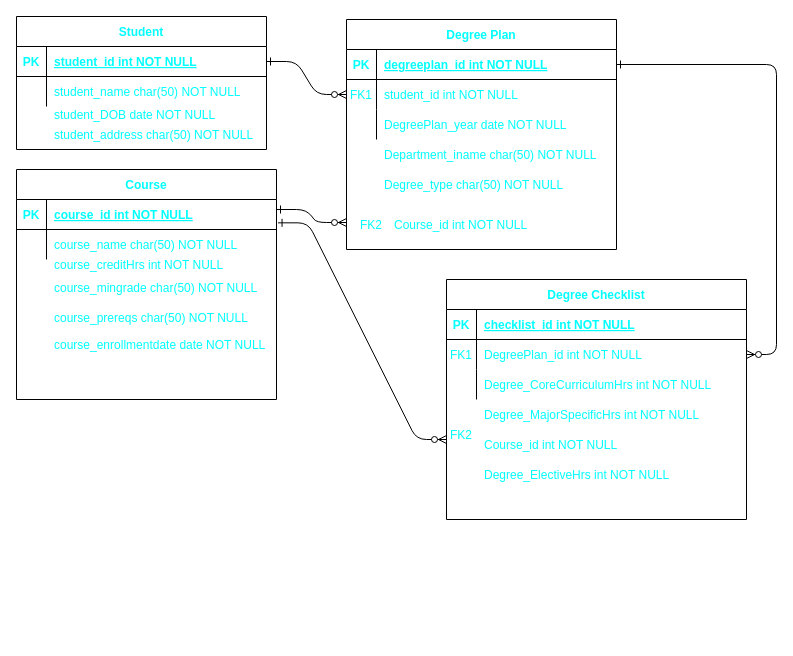
This is Assignments/Assignment 2 Modeling.drawio from m3gan-m/CIDM-6325, a draw.io file, before an edit. Source tidied: cells renumbered, new cells numbered last; positions are measured from the earlier drawing's top-left corner, leaving out a move shared by most shapes. Both pictures are drawn from the tidied source at 100%, with x=0, y=0 at pixel (16, 16).
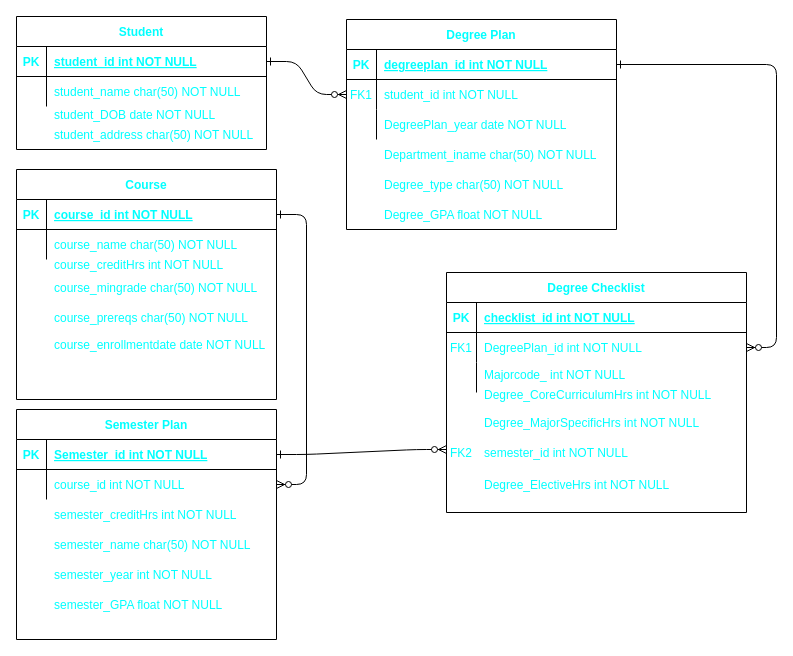
After the change.

Unchanged cells that the change refers to:
```xml
<mxCell id="34" style="shape=partialRectangle;fillColor=none;points=[[0,0.5],[1,0.5]];portConstraint=eastwest;top=0;left=0;right=0;bottom=1;labelBackgroundColor=default;labelBorderColor=none;fontColor=#00FFFF;" parent="33" vertex="1">
  <mxGeometry y="30" width="260" height="30" as="geometry" />
</mxCell>
```

What changed in the source:
```diff
@@
     <mxCell id="4" value="Degree Plan" style="shape=table;startSize=30;childLayout=tableLayout;rowLines=0;fontStyle=1;align=center;fontColor=#00FFFF;" parent="1" vertex="1">
-      <mxGeometry x="330" y="3" width="270" height="230" as="geometry" />
+      <mxGeometry x="330" y="3" width="270" height="210" as="geometry" />
     </mxCell>
@@
     <mxCell id="14" value="Degree Checklist" style="shape=table;startSize=30;childLayout=tableLayout;rowLines=0;fontStyle=1;align=center;fontColor=#00FFFF;" parent="1" vertex="1">
-      <mxGeometry x="430" y="263" width="300" height="240" as="geometry" />
+      <mxGeometry x="430" y="256" width="300" height="240" as="geometry" />
     </mxCell>
@@
     <mxCell id="43" value="Degree_CoreCurriculumHrs int NOT NULL" style="shape=partialRectangle;overflow=hidden;fillColor=none;top=0;left=0;bottom=0;right=0;align=left;spacingLeft=6;fontColor=#00FFFF;" parent="1" vertex="1">
-      <mxGeometry x="460" y="353" width="270" height="30" as="geometry" />
+      <mxGeometry x="460" y="363" width="270" height="30" as="geometry" />
     </mxCell>
     <mxCell id="44" value="Degree_MajorSpecificHrs int NOT NULL" style="shape=partialRectangle;overflow=hidden;fillColor=none;top=0;left=0;bottom=0;right=0;align=left;spacingLeft=6;fontColor=#00FFFF;" parent="1" vertex="1">
-      <mxGeometry x="460" y="383" width="270" height="30" as="geometry" />
+      <mxGeometry x="460" y="391" width="270" height="30" as="geometry" />
     </mxCell>
@@
-    <mxCell id="48" value="Course_id int NOT NULL" style="shape=partialRectangle;overflow=hidden;fillColor=none;top=0;left=0;bottom=0;right=0;align=left;spacingLeft=6;fontColor=#00FFFF;" parent="1" vertex="1">
-      <mxGeometry x="370" y="193" width="270" height="30" as="geometry" />
-    </mxCell>
-    <mxCell id="49" style="edgeStyle=entityRelationEdgeStyle;endArrow=ERzeroToMany;startArrow=ERone;endFill=1;startFill=0;fontColor=#00FFFF;exitX=1.006;exitY=0.778;exitDx=0;exitDy=0;exitPerimeter=0;" parent="1" edge="1" source="34">
+    <mxCell id="49" style="edgeStyle=entityRelationEdgeStyle;endArrow=ERzeroToMany;startArrow=ERone;endFill=1;startFill=0;fontColor=#00FFFF;exitX=1;exitY=0.5;exitDx=0;exitDy=0;entryX=1;entryY=0.5;entryDx=0;entryDy=0;" parent="1" edge="1" source="34" target="59">
       <mxGeometry relative="1" as="geometry">
-        <mxPoint x="430" y="423" as="targetPoint" />
         <Array as="points">
-          <mxPoint x="350" y="303" />
-          <mxPoint x="370" y="353" />
+          <mxPoint x="430" y="382.7" />
+          <mxPoint x="380" y="372.7" />
+          <mxPoint x="340" y="472.7" />
+          <mxPoint x="370" y="362.7" />
+          <mxPoint x="450" y="432.7" />
         </Array>
       </mxGeometry>
     </mxCell>
-    <mxCell id="50" value="FK2" style="shape=partialRectangle;overflow=hidden;fillColor=none;top=0;left=0;bottom=0;right=0;fontColor=#00FFFF;" parent="1" vertex="1">
-      <mxGeometry x="340" y="193" width="30" height="30" as="geometry" />
-    </mxCell>
-    <mxCell id="51" style="edgeStyle=entityRelationEdgeStyle;endArrow=ERzeroToMany;startArrow=ERone;endFill=1;startFill=0;fontColor=#00FFFF;" parent="1" edge="1">
-      <mxGeometry relative="1" as="geometry">
-        <mxPoint x="260" y="193" as="sourcePoint" />
-        <mxPoint x="330" y="206" as="targetPoint" />
-        <Array as="points">
-          <mxPoint x="290" y="236" />
-        </Array>
-      </mxGeometry>
-    </mxCell>
-    <mxCell id="52" value="Course_id int NOT NULL" style="shape=partialRectangle;overflow=hidden;fillColor=none;top=0;left=0;bottom=0;right=0;align=left;spacingLeft=6;fontColor=#00FFFF;" parent="1" vertex="1">
-      <mxGeometry x="460" y="413" width="270" height="30" as="geometry" />
+    <mxCell id="52" value="semester_id int NOT NULL" style="shape=partialRectangle;overflow=hidden;fillColor=none;top=0;left=0;bottom=0;right=0;align=left;spacingLeft=6;fontColor=#00FFFF;" parent="1" vertex="1">
+      <mxGeometry x="460" y="421" width="270" height="30" as="geometry" />
     </mxCell>
     <mxCell id="53" value="FK2" style="shape=partialRectangle;overflow=hidden;fillColor=none;top=0;left=0;bottom=0;right=0;fontColor=#00FFFF;" parent="1" vertex="1">
-      <mxGeometry x="430" y="403" width="30" height="30" as="geometry" />
+      <mxGeometry x="430" y="421" width="30" height="30" as="geometry" />
     </mxCell>
     <mxCell id="54" value="Degree_ElectiveHrs int NOT NULL" style="shape=partialRectangle;overflow=hidden;fillColor=none;top=0;left=0;bottom=0;right=0;align=left;spacingLeft=6;fontColor=#00FFFF;" parent="1" vertex="1">
-      <mxGeometry x="460" y="443" width="270" height="30" as="geometry" />
+      <mxGeometry x="460" y="453" width="270" height="30" as="geometry" />
     </mxCell>
+    <mxCell id="55" value="Semester Plan" style="shape=table;startSize=30;childLayout=tableLayout;rowLines=0;fontStyle=1;align=center;fontColor=#00FFFF;labelBackgroundColor=default;labelBorderColor=none;" parent="1" vertex="1">
+      <mxGeometry y="393" width="260" height="230" as="geometry" />
+    </mxCell>
+    <mxCell id="56" style="shape=partialRectangle;fillColor=none;points=[[0,0.5],[1,0.5]];portConstraint=eastwest;top=0;left=0;right=0;bottom=1;labelBackgroundColor=default;labelBorderColor=none;fontColor=#00FFFF;" parent="55" vertex="1">
+      <mxGeometry y="30" width="260" height="30" as="geometry" />
+    </mxCell>
+    <mxCell id="57" value="PK" style="shape=partialRectangle;overflow=hidden;fillColor=none;top=0;left=0;bottom=0;right=0;fontStyle=1;labelBackgroundColor=none;labelBorderColor=none;fontColor=#00FFFF;" parent="56" vertex="1">
+      <mxGeometry width="30" height="30" as="geometry" />
+    </mxCell>
+    <mxCell id="58" value="Semester_id int NOT NULL " style="shape=partialRectangle;overflow=hidden;fillColor=none;top=0;left=0;bottom=0;right=0;align=left;spacingLeft=6;fontStyle=5;labelBackgroundColor=default;labelBorderColor=none;fontColor=#00FFFF;" parent="56" vertex="1">
+      <mxGeometry x="30" width="230" height="30" as="geometry" />
+    </mxCell>
+    <mxCell id="59" style="shape=partialRectangle;fillColor=none;points=[[0,0.5],[1,0.5]];portConstraint=eastwest;top=0;left=0;right=0;bottom=0;labelBackgroundColor=default;labelBorderColor=none;fontColor=#00FFFF;" parent="55" vertex="1">
+      <mxGeometry y="60" width="260" height="30" as="geometry" />
+    </mxCell>
+    <mxCell id="60" style="shape=partialRectangle;overflow=hidden;fillColor=none;top=0;left=0;bottom=0;right=0;labelBackgroundColor=default;labelBorderColor=none;fontColor=#00FFFF;" parent="59" vertex="1">
+      <mxGeometry width="30" height="30" as="geometry" />
+    </mxCell>
+    <mxCell id="61" value="course_id int NOT NULL" style="shape=partialRectangle;overflow=hidden;fillColor=none;top=0;left=0;bottom=0;right=0;align=left;spacingLeft=6;labelBackgroundColor=default;labelBorderColor=none;fontColor=#00FFFF;" parent="59" vertex="1">
+      <mxGeometry x="30" width="230" height="30" as="geometry" />
+    </mxCell>
+    <mxCell id="62" value="semester_creditHrs int NOT NULL" style="shape=partialRectangle;overflow=hidden;fillColor=none;top=0;left=0;bottom=0;right=0;align=left;spacingLeft=6;labelBackgroundColor=default;labelBorderColor=none;fontColor=#00FFFF;" parent="1" vertex="1">
+      <mxGeometry x="30" y="483" width="220" height="30" as="geometry" />
+    </mxCell>
+    <mxCell id="63" value="semester_name char(50) NOT NULL" style="shape=partialRectangle;overflow=hidden;fillColor=none;top=0;left=0;bottom=0;right=0;align=left;spacingLeft=6;labelBackgroundColor=default;labelBorderColor=none;fontColor=#00FFFF;" parent="1" vertex="1">
+      <mxGeometry x="30" y="513" width="220" height="30" as="geometry" />
+    </mxCell>
+    <mxCell id="64" value="semester_year int NOT NULL" style="shape=partialRectangle;overflow=hidden;fillColor=none;top=0;left=0;bottom=0;right=0;align=left;spacingLeft=6;labelBackgroundColor=default;labelBorderColor=none;fontColor=#00FFFF;" parent="1" vertex="1">
+      <mxGeometry x="30" y="543" width="220" height="30" as="geometry" />
+    </mxCell>
+    <mxCell id="65" style="edgeStyle=entityRelationEdgeStyle;endArrow=ERzeroToMany;startArrow=ERone;endFill=1;startFill=0;fontColor=#00FFFF;exitX=1;exitY=0.5;exitDx=0;exitDy=0;" parent="1" edge="1" source="56">
+      <mxGeometry relative="1" as="geometry">
+        <mxPoint x="430" y="433" as="targetPoint" />
+        <Array as="points">
+          <mxPoint x="525" y="487.7" />
+          <mxPoint x="475" y="477.7" />
+          <mxPoint x="435" y="577.7" />
+          <mxPoint x="465" y="467.7" />
+          <mxPoint x="545" y="537.7" />
+        </Array>
+      </mxGeometry>
+    </mxCell>
+    <mxCell id="66" value="semester_GPA float NOT NULL" style="shape=partialRectangle;overflow=hidden;fillColor=none;top=0;left=0;bottom=0;right=0;align=left;spacingLeft=6;labelBackgroundColor=default;labelBorderColor=none;fontColor=#00FFFF;" parent="1" vertex="1">
+      <mxGeometry x="30" y="573" width="220" height="30" as="geometry" />
+    </mxCell>
+    <mxCell id="67" value="Degree_GPA float NOT NULL" style="shape=partialRectangle;overflow=hidden;fillColor=none;top=0;left=0;bottom=0;right=0;align=left;spacingLeft=6;labelBackgroundColor=default;labelBorderColor=none;fontColor=#00FFFF;" parent="1" vertex="1">
+      <mxGeometry x="360" y="183" width="220" height="30" as="geometry" />
+    </mxCell>
+    <mxCell id="68" value="Majorcode_ int NOT NULL" style="shape=partialRectangle;overflow=hidden;fillColor=none;top=0;left=0;bottom=0;right=0;align=left;spacingLeft=6;fontColor=#00FFFF;" parent="1" vertex="1">
+      <mxGeometry x="460" y="343" width="270" height="30" as="geometry" />
+    </mxCell>
```
